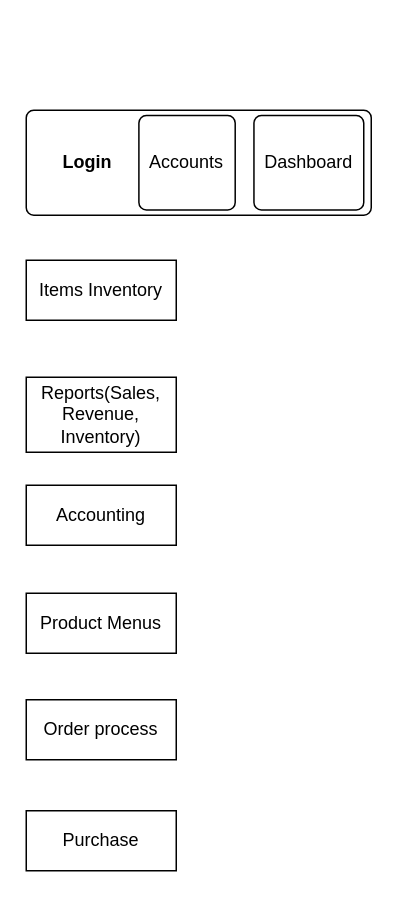
This is page "Low Level Overview" (2 of 6) of Schema.drawio from DevJohnRHugo/Business-Management-System, a draw.io file, before an edit. Source tidied: cells renumbered, new cells numbered last; positions are measured from the earlier drawing's top-left corner, leaving out a move shared by most shapes. Both pictures are drawn from the tidied source at 150%, with x=0, y=0 at pixel (26, 110).
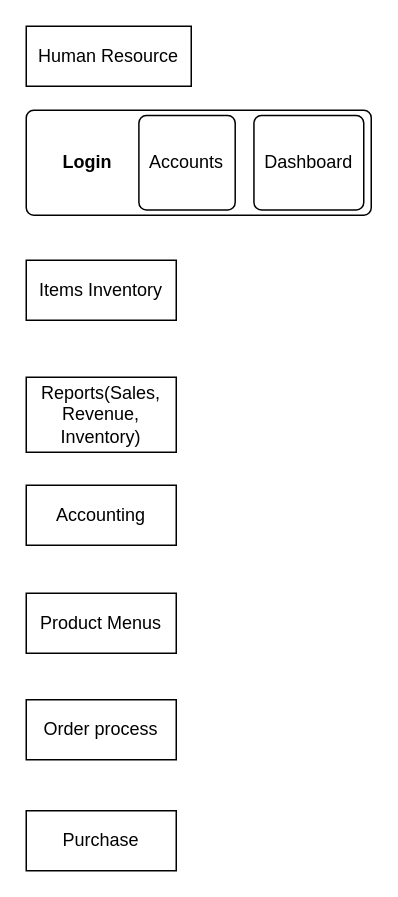
Above is the later version.

Change to the diagram source:
```diff
@@
 <mxGraphModel>
   <root>
     <mxCell id="0" />
     <mxCell id="1" parent="0" />
     <mxCell id="2" style="rounded=1;absoluteArcSize=1;html=1;arcSize=10;" parent="1" vertex="1">
       <mxGeometry width="230" height="70" as="geometry" />
     </mxCell>
     <mxCell id="3" value="Login" style="html=1;shape=mxgraph.er.anchor;whiteSpace=wrap;fontStyle=1;" parent="2" vertex="1">
       <mxGeometry width="82.1" height="70" as="geometry" />
     </mxCell>
     <mxCell id="4" value="Accounts" style="rounded=1;absoluteArcSize=1;html=1;arcSize=10;whiteSpace=wrap;strokeColor=inherit;fillColor=inherit;" parent="2" vertex="1">
       <mxGeometry x="75.1" y="3.5" width="64.2" height="63" as="geometry" />
     </mxCell>
     <mxCell id="5" value="Dashboard" style="rounded=1;absoluteArcSize=1;html=1;arcSize=10;whiteSpace=wrap;strokeColor=inherit;fillColor=inherit;" parent="2" vertex="1">
       <mxGeometry x="151.8" y="3.5" width="73.2" height="63" as="geometry" />
     </mxCell>
     <mxCell id="6" value="Purchase" style="whiteSpace=wrap;html=1;align=center;" parent="1" vertex="1">
       <mxGeometry y="467" width="100" height="40" as="geometry" />
     </mxCell>
     <mxCell id="7" value="Items Inventory" style="whiteSpace=wrap;html=1;align=center;" parent="1" vertex="1">
       <mxGeometry y="100" width="100" height="40" as="geometry" />
     </mxCell>
     <mxCell id="8" value="Reports(Sales, Revenue, Inventory)" style="whiteSpace=wrap;html=1;align=center;" parent="1" vertex="1">
       <mxGeometry y="178" width="100" height="50" as="geometry" />
     </mxCell>
     <mxCell id="9" value="Accounting" style="whiteSpace=wrap;html=1;align=center;" parent="1" vertex="1">
       <mxGeometry y="250" width="100" height="40" as="geometry" />
     </mxCell>
     <mxCell id="10" value="Product Menus" style="whiteSpace=wrap;html=1;align=center;" parent="1" vertex="1">
       <mxGeometry y="322" width="100" height="40" as="geometry" />
     </mxCell>
     <mxCell id="11" value="Order process" style="whiteSpace=wrap;html=1;align=center;" parent="1" vertex="1">
       <mxGeometry y="393" width="100" height="40" as="geometry" />
     </mxCell>
+    <mxCell id="12" value="Human Resource" style="whiteSpace=wrap;html=1;align=center;" parent="1" vertex="1">
+      <mxGeometry y="-56" width="110" height="40" as="geometry" />
+    </mxCell>
   </root>
 </mxGraphModel>
```
